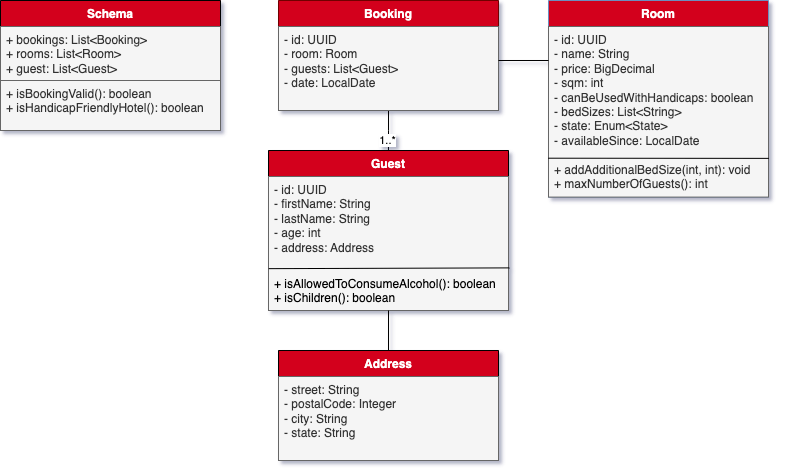
miroslavgrgic/eclipsestore keeps this draw.io diagram as class-diagram.drawio.png. Above is the earlier version. Source tidied: cells renumbered, new cells last; positions are measured from the earlier drawing's top-left corner, leaving out a move shared by most shapes. The source it was exported from:
```xml
<mxGraphModel background="#ffffff" shadow="1">
  <root>
    <mxCell id="0" />
    <mxCell id="1" parent="0" />
    <mxCell id="2" style="group;" parent="1" vertex="1">
      <mxGeometry width="230" height="130" as="geometry" />
    </mxCell>
    <mxCell id="3" value="&lt;font color=&quot;#ffffff&quot;&gt;Schema&lt;/font&gt;" style="swimlane;fontStyle=1;align=center;verticalAlign=top;horizontal=1;startSize=26;whiteSpace=wrap;html=1;fillColor=#D3031B;" parent="2" vertex="1">
      <mxGeometry width="220" height="130" as="geometry" />
    </mxCell>
    <mxCell id="4" value="+ bookings: List&amp;lt;Booking&amp;gt;&lt;br&gt;+ rooms: List&amp;lt;Room&amp;gt;&lt;br&gt;+ guest: List&amp;lt;Guest&amp;gt;" style="text;strokeColor=#666666;fillColor=#f5f5f5;align=left;verticalAlign=top;spacingLeft=4;spacingRight=4;overflow=hidden;whiteSpace=wrap;html=1;fontColor=#333333;" parent="2" vertex="1">
      <mxGeometry y="26" width="220" height="54" as="geometry" />
    </mxCell>
    <mxCell id="5" style="line;strokeWidth=1;fillColor=none;align=left;verticalAlign=middle;spacingTop=-1;spacingLeft=3;spacingRight=3;labelPosition=right;strokeColor=inherit;" parent="2" vertex="1">
      <mxGeometry y="60" width="220" height="40" as="geometry" />
    </mxCell>
    <mxCell id="6" value="+&amp;nbsp;isBookingValid&lt;span style=&quot;background-color: initial;&quot;&gt;(): boolean&lt;br&gt;&lt;/span&gt;+&amp;nbsp;isHandicapFriendlyHotel(): boolean" style="text;strokeColor=#666666;fillColor=#f5f5f5;align=left;verticalAlign=top;spacingLeft=4;spacingRight=4;overflow=hidden;whiteSpace=wrap;html=1;fontColor=#333333;" parent="2" vertex="1">
      <mxGeometry y="80" width="220" height="50" as="geometry" />
    </mxCell>
    <mxCell id="7" style="group;" parent="1" vertex="1">
      <mxGeometry x="278" y="60" width="513" height="400" as="geometry" />
    </mxCell>
    <mxCell id="8" style="line;strokeWidth=1;fillColor=none;align=left;verticalAlign=middle;spacingTop=-1;spacingLeft=3;spacingRight=3;labelPosition=right;strokeColor=inherit;" parent="7" vertex="1">
      <mxGeometry y="73.8" width="220" height="49.2" as="geometry" />
    </mxCell>
    <mxCell id="9" style="group;fillColor=default;" parent="7" vertex="1">
      <mxGeometry y="-60" width="220" height="110" as="geometry" />
    </mxCell>
    <mxCell id="10" style="edgeStyle=orthogonalEdgeStyle;rounded=0;jettySize=auto;html=1;exitX=0.5;exitY=1;exitDx=0;exitDy=0;endArrow=none;endFill=0;" parent="9" edge="1" source="12">
      <mxGeometry relative="1" as="geometry">
        <mxPoint x="110" y="150" as="targetPoint" />
      </mxGeometry>
    </mxCell>
    <mxCell id="11" value="1..*" style="edgeLabel;html=1;align=center;verticalAlign=middle;" parent="10" vertex="1">
      <mxGeometry x="-0.05" y="-1" relative="1" as="geometry">
        <mxPoint y="11" as="offset" />
      </mxGeometry>
    </mxCell>
    <mxCell id="12" value="&lt;font color=&quot;#ffffff&quot;&gt;Booking&lt;/font&gt;" style="swimlane;fontStyle=1;align=center;verticalAlign=top;horizontal=1;startSize=26;whiteSpace=wrap;html=1;fillColor=#D3031B;fontColor=#ffffff;strokeColor=#6F0000;" parent="9" vertex="1">
      <mxGeometry width="220" height="110" as="geometry" />
    </mxCell>
    <mxCell id="13" value="- id: UUID&lt;br&gt;- room: Room&lt;br&gt;- guests: List&amp;lt;Guest&amp;gt;&lt;br&gt;- date: LocalDate" style="text;strokeColor=#666666;fillColor=#f5f5f5;align=left;verticalAlign=top;spacingLeft=4;spacingRight=4;overflow=hidden;whiteSpace=wrap;html=1;fontColor=#333333;" parent="9" vertex="1">
      <mxGeometry y="26" width="220" height="84" as="geometry" />
    </mxCell>
    <mxCell id="14" style="group;" parent="7" vertex="1">
      <mxGeometry x="-10" y="90" width="240" height="310" as="geometry" />
    </mxCell>
    <mxCell id="15" value="&lt;font color=&quot;#ffffff&quot;&gt;Guest&lt;/font&gt;" style="swimlane;fontStyle=1;align=center;verticalAlign=top;horizontal=1;startSize=26;whiteSpace=wrap;html=1;fillColor=#D3031B;" parent="14" vertex="1">
      <mxGeometry width="240" height="160" as="geometry" />
    </mxCell>
    <mxCell id="16" style="endArrow=none;html=1;rounded=0;exitX=0;exitY=-0.014;exitDx=0;exitDy=0;exitPerimeter=0;entryX=1;entryY=0.75;entryDx=0;entryDy=0;" parent="15" edge="1" target="15">
      <mxGeometry relative="1" as="geometry">
        <mxPoint y="120" as="sourcePoint" />
      </mxGeometry>
    </mxCell>
    <mxCell id="17" value="- id: UUID&lt;br&gt;- firstName: String&lt;br&gt;- lastName: String&lt;br&gt;- age: int&lt;br&gt;- address: Address" style="text;strokeColor=#666666;fillColor=#f5f5f5;align=left;verticalAlign=top;spacingLeft=4;spacingRight=4;overflow=hidden;points=[[0,0.5],[1,0.5]];portConstraint=eastwest;whiteSpace=wrap;html=1;fontColor=#333333;" parent="14" vertex="1">
      <mxGeometry y="26" width="240" height="134" as="geometry" />
    </mxCell>
    <mxCell id="18" value="+&amp;nbsp;isAllowedToConsumeAlcohol&lt;span style=&quot;background-color: initial;&quot;&gt;(): boolean&lt;/span&gt;&lt;br&gt;+&amp;nbsp;isChildren&lt;span style=&quot;background-color: initial;&quot;&gt;(): boolean&lt;/span&gt;" style="text;strokeColor=none;fillColor=none;align=left;verticalAlign=top;spacingLeft=4;spacingRight=4;overflow=hidden;points=[[0,0.5],[1,0.5]];portConstraint=eastwest;whiteSpace=wrap;html=1;" parent="14" vertex="1">
      <mxGeometry y="120" width="240" height="50" as="geometry" />
    </mxCell>
    <mxCell id="19" style="group;" parent="14" vertex="1">
      <mxGeometry x="10" y="200" width="220" height="110" as="geometry" />
    </mxCell>
    <mxCell id="20" value="&lt;font color=&quot;#ffffff&quot;&gt;Address&lt;/font&gt;" style="swimlane;fontStyle=1;align=center;verticalAlign=top;horizontal=1;startSize=26;whiteSpace=wrap;html=1;fillColor=#D3031B;" parent="19" vertex="1">
      <mxGeometry width="220" height="110" as="geometry" />
    </mxCell>
    <mxCell id="21" value="- street: String&lt;br&gt;- postalCode: Integer&lt;br&gt;- city: String&lt;br&gt;- state: String" style="text;strokeColor=#666666;fillColor=#f5f5f5;align=left;verticalAlign=top;spacingLeft=4;spacingRight=4;overflow=hidden;whiteSpace=wrap;html=1;fontColor=#333333;" parent="19" vertex="1">
      <mxGeometry y="26" width="220" height="84" as="geometry" />
    </mxCell>
    <mxCell id="22" style="endArrow=none;html=1;rounded=0;exitX=0.001;exitY=-0.037;exitDx=0;exitDy=0;exitPerimeter=0;entryX=1.004;entryY=0.682;entryDx=0;entryDy=0;entryPerimeter=0;" parent="14" edge="1" source="18" target="17">
      <mxGeometry relative="1" as="geometry" />
    </mxCell>
    <mxCell id="23" style="group;fontColor=#FFFFFF;" parent="1" vertex="1">
      <mxGeometry x="548" width="220" height="250" as="geometry" />
    </mxCell>
    <mxCell id="24" value="&lt;font color=&quot;#ffffff&quot;&gt;Room&lt;/font&gt;" style="swimlane;fontStyle=1;align=center;verticalAlign=top;horizontal=1;startSize=26;whiteSpace=wrap;html=1;fillColor=#D3031B;strokeColor=#6c8ebf;" parent="23" vertex="1">
      <mxGeometry width="220" height="196.6" as="geometry" />
    </mxCell>
    <mxCell id="25" value="- id: UUID&lt;br&gt;- name: String&lt;br&gt;- price: BigDecimal&lt;br&gt;- sqm: int&lt;br&gt;- canBeUsedWithHandicaps: boolean&lt;br&gt;- bedSizes: List&amp;lt;String&amp;gt;&lt;br&gt;- state: Enum&amp;lt;State&amp;gt;&lt;br&gt;- availableSince: LocalDate&lt;br&gt;&lt;br&gt;+&amp;nbsp;addAdditionalBedSize&lt;span style=&quot;background-color: initial;&quot;&gt;(int, int): void&lt;/span&gt;&lt;br&gt;+&amp;nbsp;maxNumberOfGuests&lt;span style=&quot;background-color: initial;&quot;&gt;(): int&lt;/span&gt;" style="text;strokeColor=#666666;fillColor=#f5f5f5;align=left;verticalAlign=top;spacingLeft=4;spacingRight=4;overflow=hidden;points=[[0,0.5],[1,0.5]];portConstraint=eastwest;whiteSpace=wrap;html=1;fontColor=#333333;" parent="24" vertex="1">
      <mxGeometry y="26" width="220" height="170.6" as="geometry" />
    </mxCell>
    <mxCell id="26" style="endArrow=none;html=1;rounded=0;exitX=-0.001;exitY=0.772;exitDx=0;exitDy=0;exitPerimeter=0;entryX=1.002;entryY=0.773;entryDx=0;entryDy=0;entryPerimeter=0;" parent="24" edge="1" source="25" target="25">
      <mxGeometry relative="1" as="geometry" />
    </mxCell>
    <mxCell id="27" style="endArrow=none;html=1;rounded=0;entryX=0.5;entryY=0;entryDx=0;entryDy=0;" parent="1" edge="1" target="20">
      <mxGeometry relative="1" as="geometry">
        <mxPoint x="388" y="310" as="sourcePoint" />
      </mxGeometry>
    </mxCell>
    <mxCell id="28" style="endArrow=none;html=1;rounded=0;" parent="1" edge="1">
      <mxGeometry relative="1" as="geometry">
        <mxPoint x="498" y="60" as="sourcePoint" />
        <mxPoint x="548" y="60" as="targetPoint" />
      </mxGeometry>
    </mxCell>
  </root>
</mxGraphModel>
```
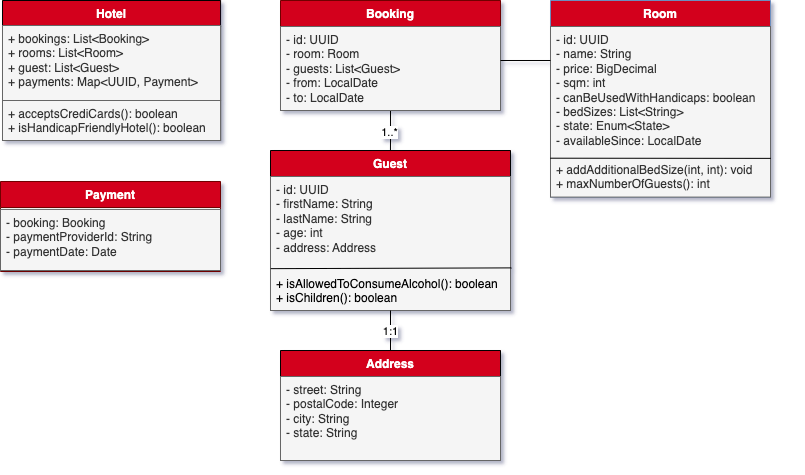
After the commit.

Commit message:
updated diagrams; moved validation into Booking class

Change to the diagram source:
```diff
@@ -3,19 +3,19 @@
     <mxCell id="0" />
     <mxCell id="1" parent="0" />
     <mxCell id="2" style="group;" parent="1" vertex="1">
-      <mxGeometry width="230" height="130" as="geometry" />
+      <mxGeometry width="228" height="170" as="geometry" />
     </mxCell>
-    <mxCell id="3" value="&lt;font color=&quot;#ffffff&quot;&gt;Schema&lt;/font&gt;" style="swimlane;fontStyle=1;align=center;verticalAlign=top;horizontal=1;startSize=26;whiteSpace=wrap;html=1;fillColor=#D3031B;" parent="2" vertex="1">
-      <mxGeometry width="220" height="130" as="geometry" />
+    <mxCell id="3" value="&lt;font color=&quot;#ffffff&quot;&gt;Hotel&lt;/font&gt;" style="swimlane;fontStyle=1;align=center;verticalAlign=top;horizontal=1;startSize=26;whiteSpace=wrap;html=1;fillColor=#D3031B;" parent="2" vertex="1">
+      <mxGeometry width="218.1" height="140" as="geometry" />
     </mxCell>
-    <mxCell id="4" value="+ bookings: List&amp;lt;Booking&amp;gt;&lt;br&gt;+ rooms: List&amp;lt;Room&amp;gt;&lt;br&gt;+ guest: List&amp;lt;Guest&amp;gt;" style="text;strokeColor=#666666;fillColor=#f5f5f5;align=left;verticalAlign=top;spacingLeft=4;spacingRight=4;overflow=hidden;whiteSpace=wrap;html=1;fontColor=#333333;" parent="2" vertex="1">
-      <mxGeometry y="26" width="220" height="54" as="geometry" />
+    <mxCell id="4" value="+ bookings: List&amp;lt;Booking&amp;gt;&lt;br&gt;+ rooms: List&amp;lt;Room&amp;gt;&lt;br&gt;+ guest: List&amp;lt;Guest&amp;gt;&lt;br&gt;+ payments: Map&amp;lt;UUID, Payment&amp;gt;" style="text;strokeColor=#666666;fillColor=#f5f5f5;align=left;verticalAlign=top;spacingLeft=4;spacingRight=4;overflow=hidden;whiteSpace=wrap;html=1;fontColor=#333333;" parent="2" vertex="1">
+      <mxGeometry y="25" width="218.1" height="75" as="geometry" />
     </mxCell>
     <mxCell id="5" style="line;strokeWidth=1;fillColor=none;align=left;verticalAlign=middle;spacingTop=-1;spacingLeft=3;spacingRight=3;labelPosition=right;strokeColor=inherit;" parent="2" vertex="1">
-      <mxGeometry y="60" width="220" height="40" as="geometry" />
+      <mxGeometry y="78.5" width="218.1" height="52.3" as="geometry" />
     </mxCell>
-    <mxCell id="6" value="+&amp;nbsp;isBookingValid&lt;span style=&quot;background-color: initial;&quot;&gt;(): boolean&lt;br&gt;&lt;/span&gt;+&amp;nbsp;isHandicapFriendlyHotel(): boolean" style="text;strokeColor=#666666;fillColor=#f5f5f5;align=left;verticalAlign=top;spacingLeft=4;spacingRight=4;overflow=hidden;whiteSpace=wrap;html=1;fontColor=#333333;" parent="2" vertex="1">
-      <mxGeometry y="80" width="220" height="50" as="geometry" />
+    <mxCell id="6" value="+&amp;nbsp;acceptsCrediCards&lt;span style=&quot;background-color: initial;&quot;&gt;(): boolean&lt;br&gt;&lt;/span&gt;+&amp;nbsp;isHandicapFriendlyHotel(): boolean" style="text;strokeColor=#666666;fillColor=#f5f5f5;align=left;verticalAlign=top;spacingLeft=4;spacingRight=4;overflow=hidden;whiteSpace=wrap;html=1;fontColor=#333333;" parent="2" vertex="1">
+      <mxGeometry y="100" width="218.1" height="40" as="geometry" />
     </mxCell>
     <mxCell id="7" style="group;" parent="1" vertex="1">
       <mxGeometry x="278" y="60" width="513" height="400" as="geometry" />
@@ -33,13 +33,13 @@
     </mxCell>
     <mxCell id="11" value="1..*" style="edgeLabel;html=1;align=center;verticalAlign=middle;" parent="10" vertex="1">
       <mxGeometry x="-0.05" y="-1" relative="1" as="geometry">
-        <mxPoint y="11" as="offset" />
+        <mxPoint y="2" as="offset" />
       </mxGeometry>
     </mxCell>
     <mxCell id="12" value="&lt;font color=&quot;#ffffff&quot;&gt;Booking&lt;/font&gt;" style="swimlane;fontStyle=1;align=center;verticalAlign=top;horizontal=1;startSize=26;whiteSpace=wrap;html=1;fillColor=#D3031B;fontColor=#ffffff;strokeColor=#6F0000;" parent="9" vertex="1">
       <mxGeometry width="220" height="110" as="geometry" />
     </mxCell>
-    <mxCell id="13" value="- id: UUID&lt;br&gt;- room: Room&lt;br&gt;- guests: List&amp;lt;Guest&amp;gt;&lt;br&gt;- date: LocalDate" style="text;strokeColor=#666666;fillColor=#f5f5f5;align=left;verticalAlign=top;spacingLeft=4;spacingRight=4;overflow=hidden;whiteSpace=wrap;html=1;fontColor=#333333;" parent="9" vertex="1">
+    <mxCell id="13" value="- id: UUID&lt;br&gt;- room: Room&lt;br&gt;- guests: List&amp;lt;Guest&amp;gt;&lt;br&gt;- from: LocalDate&lt;br&gt;- to: LocalDate" style="text;strokeColor=#666666;fillColor=#f5f5f5;align=left;verticalAlign=top;spacingLeft=4;spacingRight=4;overflow=hidden;whiteSpace=wrap;html=1;fontColor=#333333;" parent="9" vertex="1">
       <mxGeometry y="26" width="220" height="84" as="geometry" />
     </mxCell>
     <mxCell id="14" style="group;" parent="7" vertex="1">
@@ -88,11 +88,25 @@
         <mxPoint x="388" y="310" as="sourcePoint" />
       </mxGeometry>
     </mxCell>
+    <mxCell id="29" value="1:1" style="edgeLabel;html=1;align=center;verticalAlign=middle;" parent="27" vertex="1">
+      <mxGeometry x="0.05" y="3" relative="1" as="geometry">
+        <mxPoint x="-3" as="offset" />
+      </mxGeometry>
+    </mxCell>
     <mxCell id="28" style="endArrow=none;html=1;rounded=0;" parent="1" edge="1">
       <mxGeometry relative="1" as="geometry">
         <mxPoint x="498" y="60" as="sourcePoint" />
         <mxPoint x="548" y="60" as="targetPoint" />
       </mxGeometry>
     </mxCell>
+    <mxCell id="30" style="group;fillColor=default;" parent="1" vertex="1">
+      <mxGeometry x="-2" y="181" width="220" height="90" as="geometry" />
+    </mxCell>
+    <mxCell id="31" value="&lt;font color=&quot;#ffffff&quot;&gt;Payment&lt;/font&gt;" style="swimlane;fontStyle=1;align=center;verticalAlign=top;horizontal=1;startSize=26;whiteSpace=wrap;html=1;fillColor=#D3031B;fontColor=#ffffff;strokeColor=#6F0000;" parent="30" vertex="1">
+      <mxGeometry width="220" height="90" as="geometry" />
+    </mxCell>
+    <mxCell id="32" value="- booking: Booking&lt;br&gt;- paymentProviderId: String&lt;br&gt;- paymentDate: Date" style="text;strokeColor=#666666;fillColor=#f5f5f5;align=left;verticalAlign=top;spacingLeft=4;spacingRight=4;overflow=hidden;whiteSpace=wrap;html=1;fontColor=#333333;" parent="30" vertex="1">
+      <mxGeometry y="27.9" width="220" height="61.1" as="geometry" />
+    </mxCell>
   </root>
 </mxGraphModel>
```
